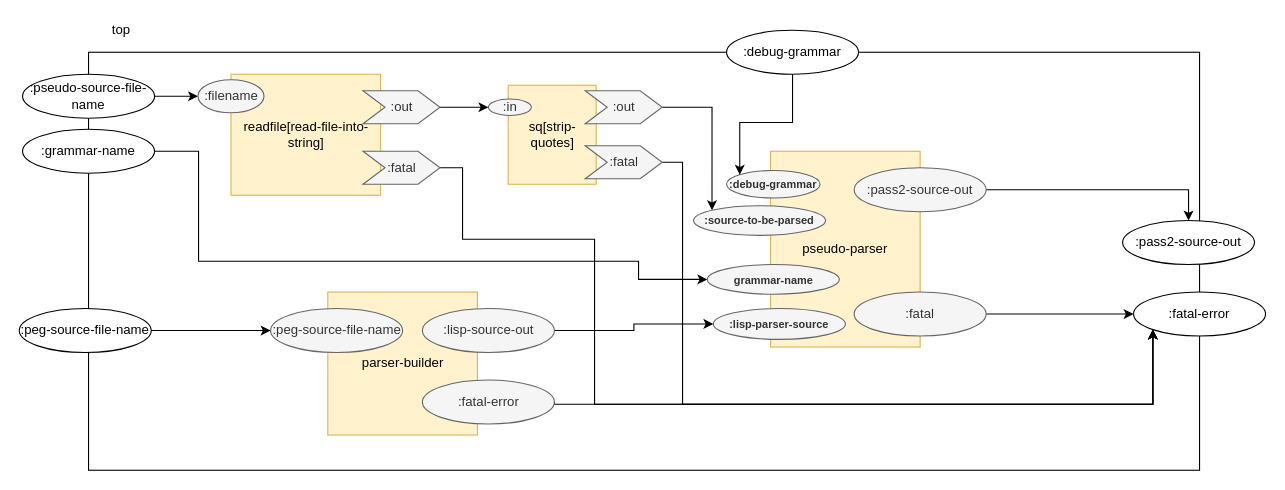
bmfbp/bmfbp keeps this draw.io diagram as build_process/cl-build/pseudo-parser.drawio. Above is the earlier version. Source tidied: cells renumbered, new cells numbered last; positions are measured from the earlier drawing's top-left corner, leaving out a move shared by most shapes. Both pictures are drawn from the tidied source at 110%, with x=0, y=0 at pixel (19, 19).
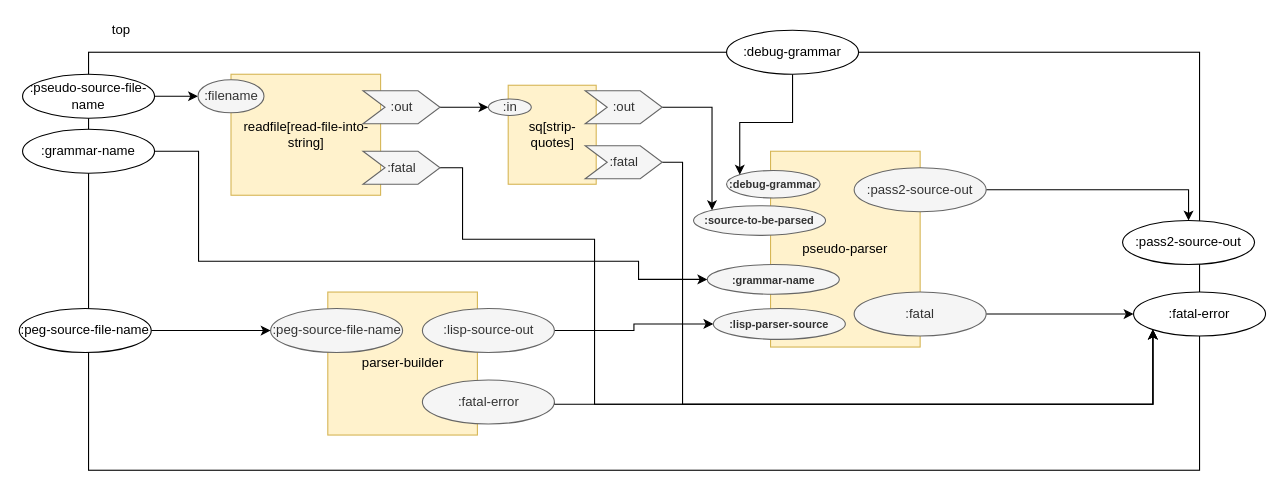
The same page after the edit.

The edit, as a diff of the source:
```diff
@@
-    <mxCell id="38" value="&lt;h5&gt;grammar-name&lt;/h5&gt;" style="ellipse;whiteSpace=wrap;html=1;fillColor=#f5f5f5;strokeColor=#666666;fontColor=#333333;" parent="1" vertex="1">
+    <mxCell id="38" value="&lt;h5&gt;:grammar-name&lt;/h5&gt;" style="ellipse;whiteSpace=wrap;html=1;fillColor=#f5f5f5;strokeColor=#666666;fontColor=#333333;" parent="1" vertex="1">
       <mxGeometry x="625.5" y="223" width="120" height="27" as="geometry" />
     </mxCell>
```
